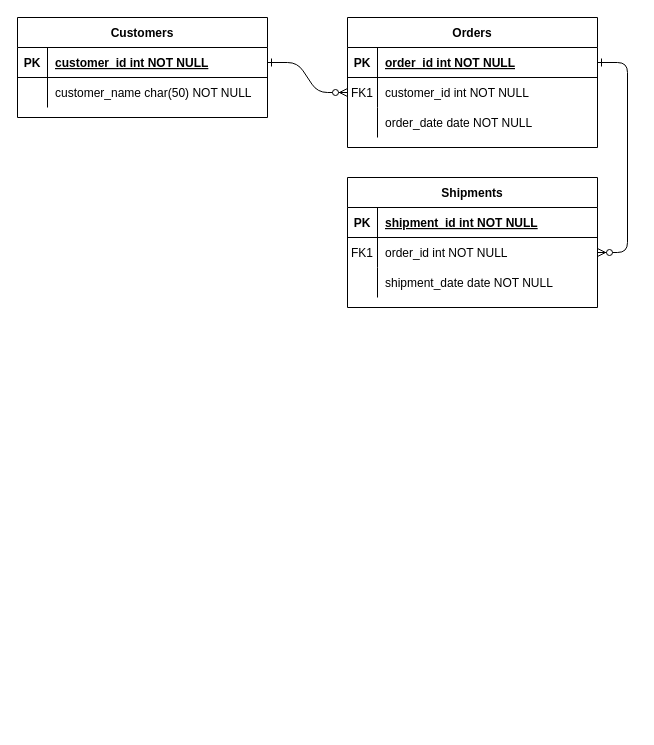
The draw.io diagram 未命名绘图.drawio in AlexRed123/DBMS, before the edit. Source tidied: cells renumbered, new cells numbered last; positions are measured from the earlier drawing's top-left corner, leaving out a move shared by most shapes. Both pictures are drawn from the tidied source at 100%, with x=0, y=0 at pixel (17, 17).
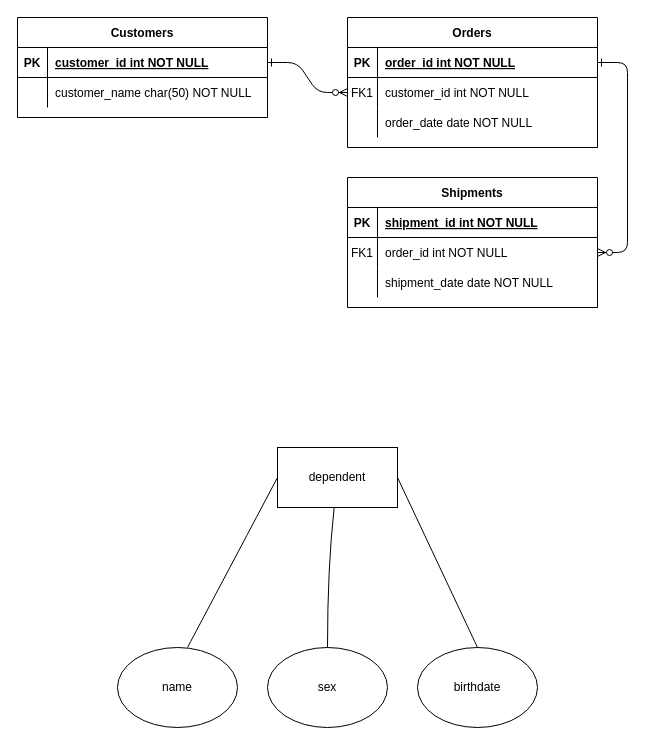
The same diagram, later.

Change to the diagram source:
```diff
@@
+    <mxCell id="31" value="dependent" style="rounded=0;whiteSpace=wrap;html=1;" parent="1" vertex="1">
+      <mxGeometry x="260" y="430" width="120" height="60" as="geometry" />
+    </mxCell>
+    <mxCell id="32" value="birthdate" style="ellipse;whiteSpace=wrap;html=1;" parent="1" vertex="1">
+      <mxGeometry x="400" y="630" width="120" height="80" as="geometry" />
+    </mxCell>
+    <mxCell id="33" value="sex" style="ellipse;whiteSpace=wrap;html=1;" parent="1" vertex="1">
+      <mxGeometry x="250" y="630" width="120" height="80" as="geometry" />
+    </mxCell>
+    <mxCell id="34" value="name" style="ellipse;whiteSpace=wrap;html=1;" parent="1" vertex="1">
+      <mxGeometry x="100" y="630" width="120" height="80" as="geometry" />
+    </mxCell>
+    <mxCell id="35" style="endArrow=none;html=1;rounded=0;fontSize=12;startSize=8;endSize=8;curved=1;entryX=0;entryY=0.5;entryDx=0;entryDy=0;" parent="1" edge="1" target="31">
+      <mxGeometry relative="1" as="geometry">
+        <mxPoint x="170" y="630" as="sourcePoint" />
+      </mxGeometry>
+    </mxCell>
+    <mxCell id="36" style="endArrow=none;html=1;rounded=0;fontSize=12;startSize=8;endSize=8;curved=1;entryX=1;entryY=0.5;entryDx=0;entryDy=0;" parent="1" edge="1" target="31">
+      <mxGeometry relative="1" as="geometry">
+        <mxPoint x="460" y="630" as="sourcePoint" />
+      </mxGeometry>
+    </mxCell>
+    <mxCell id="37" style="endArrow=none;html=1;rounded=0;fontSize=12;startSize=8;endSize=8;curved=1;exitX=0.5;exitY=0;exitDx=0;exitDy=0;" parent="1" edge="1" source="33" target="31">
+      <mxGeometry relative="1" as="geometry">
+        <Array as="points">
+          <mxPoint x="310" y="550" />
+        </Array>
+      </mxGeometry>
+    </mxCell>
```
